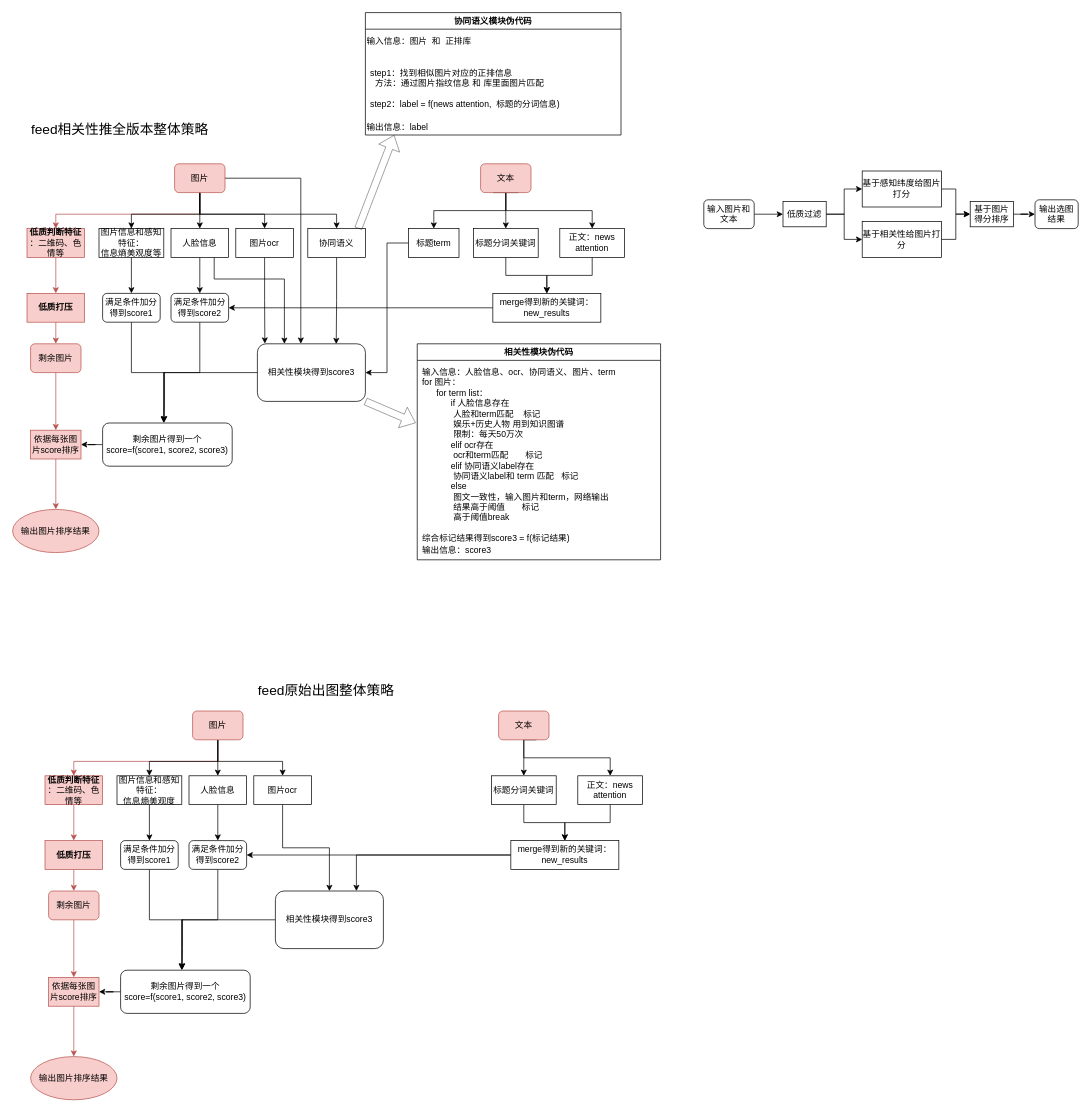
Earlier version of the draw.io diagram feed出图.drawio (2018liuyan/one). Source tidied: cells renumbered, new cells numbered last; positions are measured from the earlier drawing's top-left corner, leaving out a move shared by most shapes. Both pictures are drawn from the tidied source at 72%, with x=0, y=0 at pixel (12, 12).
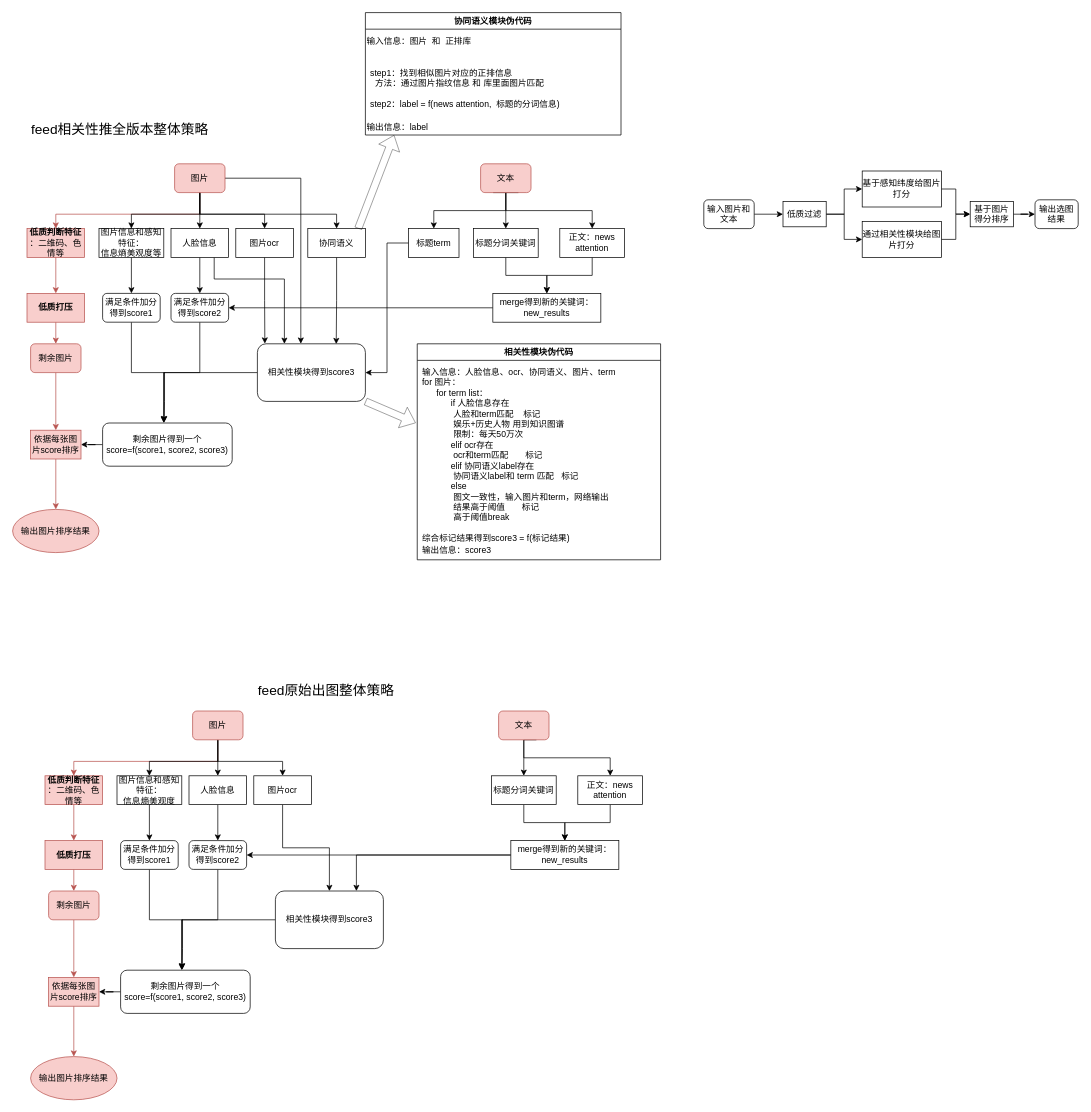
Above is the later version.

Change to the diagram source:
```diff
@@
-    <mxCell id="105" value="&lt;font face=&quot;DengXian&quot;&gt;基于相关性给图片打分&lt;/font&gt;" style="rounded=0;whiteSpace=wrap;html=1;" parent="1" vertex="1">
+    <mxCell id="105" value="&lt;font face=&quot;DengXian&quot;&gt;通过相关性模块给图片打分&lt;/font&gt;" style="rounded=0;whiteSpace=wrap;html=1;" parent="1" vertex="1">
       <mxGeometry x="1180" y="290" width="110" height="50" as="geometry" />
     </mxCell>
```
